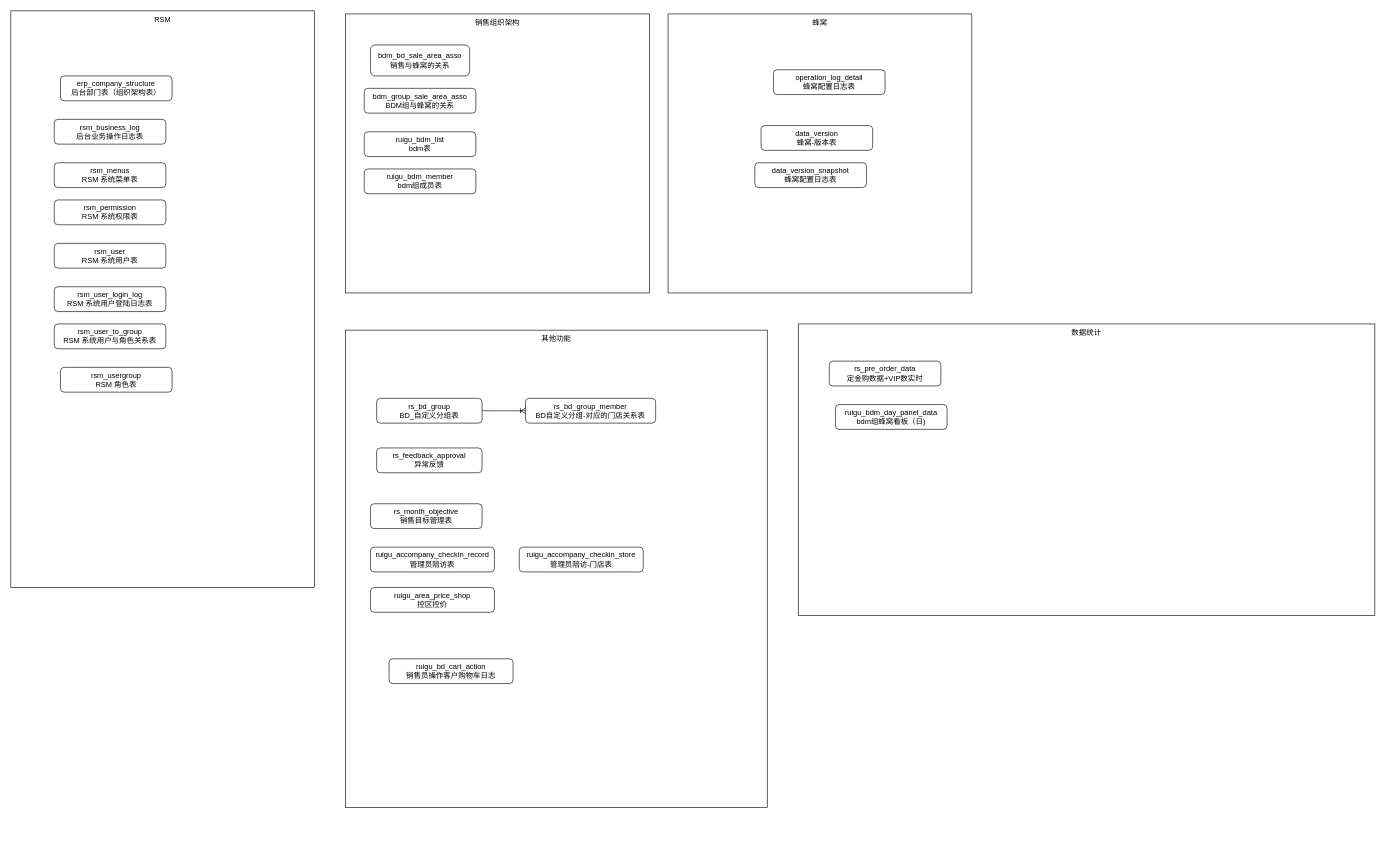
This is RS-ER图.drawio from shixiaoding/draw, a draw.io file, before an edit. Source tidied: cells renumbered, new cells numbered last; positions are measured from the earlier drawing's top-left corner, leaving out a move shared by most shapes. Both pictures are drawn from the tidied source at 62%, with x=0, y=0 at pixel (11, 11).
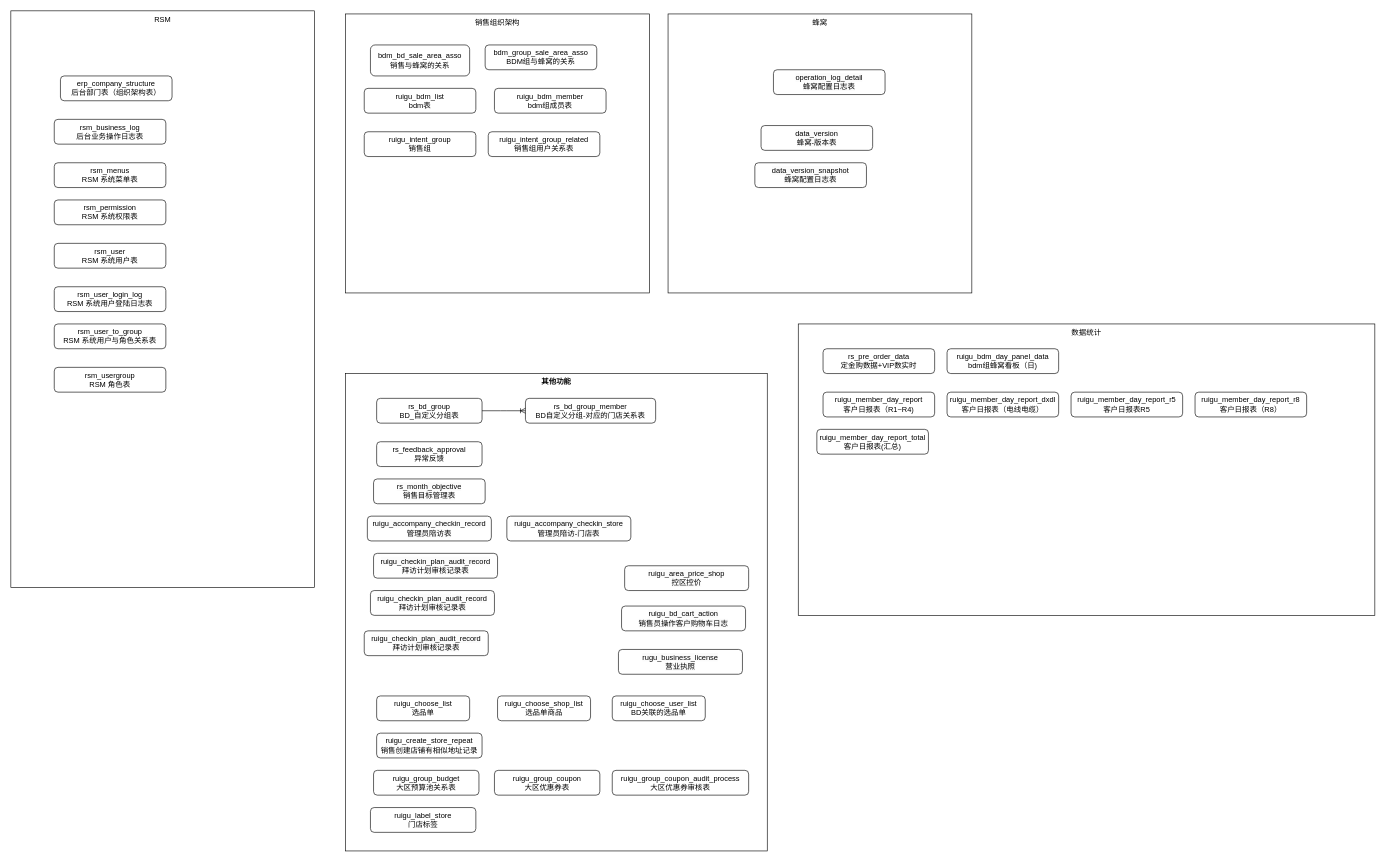
The same page after the edit.

What changed in the source:
```diff
@@
-    <mxCell id="5" value="其他功能" style="rounded=0;whiteSpace=wrap;html=1;verticalAlign=top;" parent="1" vertex="1">
-      <mxGeometry x="540" y="515" width="680" height="770" as="geometry" />
+    <mxCell id="5" value="其他功能" style="rounded=0;whiteSpace=wrap;html=1;verticalAlign=top;fontStyle=1;" parent="1" vertex="1">
+      <mxGeometry x="540" y="585" width="680" height="770" as="geometry" />
     </mxCell>
@@
     <mxCell id="7" value="bdm_group_sale_area_asso&lt;br&gt;BDM组与蜂窝的关系" style="rounded=1;whiteSpace=wrap;html=1;" parent="1" vertex="1">
-      <mxGeometry x="570" y="125" width="180" height="40" as="geometry" />
+      <mxGeometry x="765" y="55" width="180" height="40" as="geometry" />
     </mxCell>
@@
     <mxCell id="14" value="rs_feedback_approval&lt;br&gt;异常反馈" style="rounded=1;whiteSpace=wrap;html=1;" parent="1" vertex="1">
-      <mxGeometry x="590" y="705" width="170" height="40" as="geometry" />
+      <mxGeometry x="590" y="695" width="170" height="40" as="geometry" />
     </mxCell>
@@
     <mxCell id="17" value="&lt;span style=&quot;color: rgb(0, 0, 0); font-family: Helvetica; font-size: 12px; font-style: normal; font-variant-ligatures: normal; font-variant-caps: normal; font-weight: 400; letter-spacing: normal; orphans: 2; text-align: left; text-indent: 0px; text-transform: none; widows: 2; word-spacing: 0px; -webkit-text-stroke-width: 0px; white-space: normal; background-color: rgb(251, 251, 251); text-decoration-thickness: initial; text-decoration-style: initial; text-decoration-color: initial; display: inline !important; float: none;&quot;&gt;rs_month_objective&lt;br&gt;销售目标管理表&lt;/span&gt;" style="rounded=1;whiteSpace=wrap;html=1;" parent="1" vertex="1">
-      <mxGeometry x="580" y="795" width="180" height="40" as="geometry" />
+      <mxGeometry x="585" y="755" width="180" height="40" as="geometry" />
     </mxCell>
     <mxCell id="18" value="rs_pre_order_data&lt;br&gt;定金购数据+VIP数实时" style="rounded=1;whiteSpace=wrap;html=1;" parent="1" vertex="1">
-      <mxGeometry x="1320" y="565" width="180" height="40" as="geometry" />
+      <mxGeometry x="1310" y="545" width="180" height="40" as="geometry" />
     </mxCell>
@@
     <mxCell id="25" value="rsm_usergroup&lt;br&gt;RSM 角色表" style="rounded=1;whiteSpace=wrap;html=1;" parent="1" vertex="1">
-      <mxGeometry x="80" y="575" width="180" height="40" as="geometry" />
+      <mxGeometry x="70" y="575" width="180" height="40" as="geometry" />
     </mxCell>
     <mxCell id="26" value="&lt;span style=&quot;color: rgb(0, 0, 0); font-family: Helvetica; font-size: 12px; font-style: normal; font-variant-ligatures: normal; font-variant-caps: normal; font-weight: 400; letter-spacing: normal; orphans: 2; text-align: left; text-indent: 0px; text-transform: none; widows: 2; word-spacing: 0px; -webkit-text-stroke-width: 0px; white-space: normal; background-color: rgb(251, 251, 251); text-decoration-thickness: initial; text-decoration-style: initial; text-decoration-color: initial; display: inline !important; float: none;&quot;&gt;ruigu_accompany_checkin_record&lt;br&gt;管理员陪访表&lt;/span&gt;" style="rounded=1;whiteSpace=wrap;html=1;" parent="1" vertex="1">
-      <mxGeometry x="580" y="865" width="200" height="40" as="geometry" />
+      <mxGeometry x="575" y="815" width="200" height="40" as="geometry" />
     </mxCell>
     <mxCell id="27" value="&lt;span style=&quot;color: rgb(0, 0, 0); font-family: Helvetica; font-size: 12px; font-style: normal; font-variant-ligatures: normal; font-variant-caps: normal; font-weight: 400; letter-spacing: normal; orphans: 2; text-align: left; text-indent: 0px; text-transform: none; widows: 2; word-spacing: 0px; -webkit-text-stroke-width: 0px; white-space: normal; background-color: rgb(251, 251, 251); text-decoration-thickness: initial; text-decoration-style: initial; text-decoration-color: initial; display: inline !important; float: none;&quot;&gt;ruigu_accompany_checkin_store&lt;br&gt;管理员陪访-门店表&lt;/span&gt;" style="rounded=1;whiteSpace=wrap;html=1;" parent="1" vertex="1">
-      <mxGeometry x="820" y="865" width="200" height="40" as="geometry" />
+      <mxGeometry x="800" y="815" width="200" height="40" as="geometry" />
     </mxCell>
     <mxCell id="28" value="&lt;span style=&quot;color: rgb(0, 0, 0); font-family: Helvetica; font-size: 12px; font-style: normal; font-variant-ligatures: normal; font-variant-caps: normal; font-weight: 400; letter-spacing: normal; orphans: 2; text-align: left; text-indent: 0px; text-transform: none; widows: 2; word-spacing: 0px; -webkit-text-stroke-width: 0px; white-space: normal; background-color: rgb(251, 251, 251); text-decoration-thickness: initial; text-decoration-style: initial; text-decoration-color: initial; display: inline !important; float: none;&quot;&gt;ruigu_area_price_shop&lt;br&gt;控区控价&lt;/span&gt;" style="rounded=1;whiteSpace=wrap;html=1;" parent="1" vertex="1">
-      <mxGeometry x="580" y="930" width="200" height="40" as="geometry" />
+      <mxGeometry x="990" y="895" width="200" height="40" as="geometry" />
     </mxCell>
     <mxCell id="29" value="&lt;span style=&quot;color: rgb(0, 0, 0); font-family: Helvetica; font-size: 12px; font-style: normal; font-variant-ligatures: normal; font-variant-caps: normal; font-weight: 400; letter-spacing: normal; orphans: 2; text-align: left; text-indent: 0px; text-transform: none; widows: 2; word-spacing: 0px; -webkit-text-stroke-width: 0px; white-space: normal; background-color: rgb(251, 251, 251); text-decoration-thickness: initial; text-decoration-style: initial; text-decoration-color: initial; display: inline !important; float: none;&quot;&gt;ruigu_bd_cart_action&lt;br&gt;销售员操作客户购物车日志&lt;/span&gt;" style="rounded=1;whiteSpace=wrap;html=1;" parent="1" vertex="1">
-      <mxGeometry x="610" y="1045" width="200" height="40" as="geometry" />
+      <mxGeometry x="985" y="960" width="200" height="40" as="geometry" />
     </mxCell>
     <mxCell id="30" value="ruigu_bdm_day_panel_data&lt;div&gt;bdm组蜂窝看板（日)&lt;br&gt;&lt;/div&gt;" style="rounded=1;whiteSpace=wrap;html=1;" parent="1" vertex="1">
-      <mxGeometry x="1330" y="635" width="180" height="40" as="geometry" />
+      <mxGeometry x="1510" y="545" width="180" height="40" as="geometry" />
     </mxCell>
     <mxCell id="31" value="ruigu_bdm_list&lt;br&gt;bdm表" style="rounded=1;whiteSpace=wrap;html=1;" parent="1" vertex="1">
-      <mxGeometry x="570" y="195" width="180" height="40" as="geometry" />
+      <mxGeometry x="570" y="125" width="180" height="40" as="geometry" />
     </mxCell>
     <mxCell id="32" value="ruigu_bdm_member&lt;br&gt;bdm组成员表" style="rounded=1;whiteSpace=wrap;html=1;" parent="1" vertex="1">
-      <mxGeometry x="570" y="255" width="180" height="40" as="geometry" />
+      <mxGeometry x="780" y="125" width="180" height="40" as="geometry" />
     </mxCell>
+    <mxCell id="33" value="&lt;span style=&quot;color: rgb(0, 0, 0); font-family: Helvetica; font-size: 12px; font-style: normal; font-variant-ligatures: normal; font-variant-caps: normal; font-weight: 400; letter-spacing: normal; orphans: 2; text-align: left; text-indent: 0px; text-transform: none; widows: 2; word-spacing: 0px; -webkit-text-stroke-width: 0px; white-space: normal; background-color: rgb(251, 251, 251); text-decoration-thickness: initial; text-decoration-style: initial; text-decoration-color: initial; display: inline !important; float: none;&quot;&gt;rugu_business_license&lt;br&gt;营业执照&lt;/span&gt;" style="rounded=1;whiteSpace=wrap;html=1;" parent="1" vertex="1">
+      <mxGeometry x="980" y="1030" width="200" height="40" as="geometry" />
+    </mxCell>
+    <mxCell id="34" value="&lt;span style=&quot;color: rgb(0, 0, 0); font-family: Helvetica; font-size: 12px; font-style: normal; font-variant-ligatures: normal; font-variant-caps: normal; font-weight: 400; letter-spacing: normal; orphans: 2; text-align: left; text-indent: 0px; text-transform: none; widows: 2; word-spacing: 0px; -webkit-text-stroke-width: 0px; white-space: normal; background-color: rgb(251, 251, 251); text-decoration-thickness: initial; text-decoration-style: initial; text-decoration-color: initial; display: inline !important; float: none;&quot;&gt;ruigu_checkin_plan_audit_record&lt;br&gt;拜访计划审核记录表&lt;/span&gt;" style="rounded=1;whiteSpace=wrap;html=1;" parent="1" vertex="1">
+      <mxGeometry x="585" y="875" width="200" height="40" as="geometry" />
+    </mxCell>
+    <mxCell id="35" value="&lt;span style=&quot;color: rgb(0, 0, 0); font-family: Helvetica; font-size: 12px; font-style: normal; font-variant-ligatures: normal; font-variant-caps: normal; font-weight: 400; letter-spacing: normal; orphans: 2; text-align: left; text-indent: 0px; text-transform: none; widows: 2; word-spacing: 0px; -webkit-text-stroke-width: 0px; white-space: normal; background-color: rgb(251, 251, 251); text-decoration-thickness: initial; text-decoration-style: initial; text-decoration-color: initial; display: inline !important; float: none;&quot;&gt;ruigu_checkin_plan_audit_record&lt;br&gt;拜访计划审核记录表&lt;/span&gt;" style="rounded=1;whiteSpace=wrap;html=1;" parent="1" vertex="1">
+      <mxGeometry x="580" y="935" width="200" height="40" as="geometry" />
+    </mxCell>
+    <mxCell id="36" value="&lt;div style=&quot;&quot;&gt;&lt;span style=&quot;background-color: initial;&quot;&gt;ruigu_choose_list&lt;br&gt;选品单&lt;/span&gt;&lt;/div&gt;" style="rounded=1;whiteSpace=wrap;html=1;align=center;" parent="1" vertex="1">
+      <mxGeometry x="590" y="1105" width="150" height="40" as="geometry" />
+    </mxCell>
+    <mxCell id="37" value="&lt;span style=&quot;color: rgb(0, 0, 0); font-family: Helvetica; font-size: 12px; font-style: normal; font-variant-ligatures: normal; font-variant-caps: normal; font-weight: 400; letter-spacing: normal; orphans: 2; text-align: left; text-indent: 0px; text-transform: none; widows: 2; word-spacing: 0px; -webkit-text-stroke-width: 0px; white-space: normal; background-color: rgb(251, 251, 251); text-decoration-thickness: initial; text-decoration-style: initial; text-decoration-color: initial; display: inline !important; float: none;&quot;&gt;ruigu_checkin_plan_audit_record&lt;br&gt;拜访计划审核记录表&lt;/span&gt;" style="rounded=1;whiteSpace=wrap;html=1;" parent="1" vertex="1">
+      <mxGeometry x="570" y="1000" width="200" height="40" as="geometry" />
+    </mxCell>
+    <mxCell id="38" value="&lt;div style=&quot;&quot;&gt;&lt;span style=&quot;background-color: initial;&quot;&gt;ruigu_choose_shop_list&lt;br&gt;选品单商品&lt;br&gt;&lt;/span&gt;&lt;/div&gt;" style="rounded=1;whiteSpace=wrap;html=1;align=center;" parent="1" vertex="1">
+      <mxGeometry x="785" y="1105" width="150" height="40" as="geometry" />
+    </mxCell>
+    <mxCell id="39" value="&lt;div style=&quot;&quot;&gt;&lt;span style=&quot;background-color: initial;&quot;&gt;ruigu_choose_user_list&lt;br&gt;BD关联的选品单&lt;br&gt;&lt;/span&gt;&lt;/div&gt;" style="rounded=1;whiteSpace=wrap;html=1;align=center;" parent="1" vertex="1">
+      <mxGeometry x="970" y="1105" width="150" height="40" as="geometry" />
+    </mxCell>
+    <mxCell id="40" value="&lt;div style=&quot;&quot;&gt;&lt;span style=&quot;background-color: initial;&quot;&gt;ruigu_create_store_repeat&lt;br&gt;销售创建店铺有相似地址记录&lt;br&gt;&lt;/span&gt;&lt;/div&gt;" style="rounded=1;whiteSpace=wrap;html=1;align=center;" parent="1" vertex="1">
+      <mxGeometry x="590" y="1165" width="170" height="40" as="geometry" />
+    </mxCell>
+    <mxCell id="41" value="&lt;div style=&quot;&quot;&gt;&lt;span style=&quot;background-color: initial;&quot;&gt;ruigu_group_budget&lt;br&gt;大区预算池关系表&lt;br&gt;&lt;/span&gt;&lt;/div&gt;" style="rounded=1;whiteSpace=wrap;html=1;align=center;" parent="1" vertex="1">
+      <mxGeometry x="585" y="1225" width="170" height="40" as="geometry" />
+    </mxCell>
+    <mxCell id="42" value="&lt;div style=&quot;&quot;&gt;&lt;span style=&quot;background-color: initial;&quot;&gt;ruigu_group_coupon&lt;br&gt;大区优惠券表&lt;br&gt;&lt;/span&gt;&lt;/div&gt;" style="rounded=1;whiteSpace=wrap;html=1;align=center;" parent="1" vertex="1">
+      <mxGeometry x="780" y="1225" width="170" height="40" as="geometry" />
+    </mxCell>
+    <mxCell id="43" value="&lt;div style=&quot;&quot;&gt;&lt;span style=&quot;background-color: initial;&quot;&gt;ruigu_group_coupon_audit_process&lt;br&gt;大区优惠券审核表&lt;br&gt;&lt;/span&gt;&lt;/div&gt;" style="rounded=1;whiteSpace=wrap;html=1;align=center;" parent="1" vertex="1">
+      <mxGeometry x="970" y="1225" width="220" height="40" as="geometry" />
+    </mxCell>
+    <mxCell id="44" value="ruigu_intent_group&lt;br&gt;销售组" style="rounded=1;whiteSpace=wrap;html=1;" parent="1" vertex="1">
+      <mxGeometry x="570" y="195" width="180" height="40" as="geometry" />
+    </mxCell>
+    <mxCell id="45" value="ruigu_intent_group_related&lt;br&gt;销售组用户关系表" style="rounded=1;whiteSpace=wrap;html=1;" parent="1" vertex="1">
+      <mxGeometry x="770" y="195" width="180" height="40" as="geometry" />
+    </mxCell>
+    <mxCell id="46" value="&lt;div style=&quot;&quot;&gt;&lt;span style=&quot;background-color: initial;&quot;&gt;ruigu_label_store&lt;br&gt;门店标签&lt;br&gt;&lt;/span&gt;&lt;/div&gt;" style="rounded=1;whiteSpace=wrap;html=1;align=center;" parent="1" vertex="1">
+      <mxGeometry x="580" y="1285" width="170" height="40" as="geometry" />
+    </mxCell>
+    <mxCell id="47" value="ruigu_member_day_report&lt;div&gt;客户日报表（R1~R4)&lt;br&gt;&lt;/div&gt;" style="rounded=1;whiteSpace=wrap;html=1;" parent="1" vertex="1">
+      <mxGeometry x="1310" y="615" width="180" height="40" as="geometry" />
+    </mxCell>
+    <mxCell id="48" value="&lt;div&gt;ruigu_member_day_report_r5 &lt;br&gt;客户日报表R5&lt;br&gt;&lt;/div&gt;" style="rounded=1;whiteSpace=wrap;html=1;" parent="1" vertex="1">
+      <mxGeometry x="1710" y="615" width="180" height="40" as="geometry" />
+    </mxCell>
+    <mxCell id="49" value="&lt;div&gt;ruigu_member_day_report_dxdl 客户日报表（电线电缆）&lt;br&gt;&lt;/div&gt;" style="rounded=1;whiteSpace=wrap;html=1;" parent="1" vertex="1">
+      <mxGeometry x="1510" y="615" width="180" height="40" as="geometry" />
+    </mxCell>
+    <mxCell id="50" value="&lt;div&gt;ruigu_member_day_report_r8 &lt;br&gt;客户日报表（R8）&lt;br&gt;&lt;/div&gt;" style="rounded=1;whiteSpace=wrap;html=1;" parent="1" vertex="1">
+      <mxGeometry x="1910" y="615" width="180" height="40" as="geometry" />
+    </mxCell>
+    <mxCell id="51" value="&lt;div&gt;ruigu_member_day_report_total 客户日报表(汇总)&lt;br&gt;&lt;/div&gt;" style="rounded=1;whiteSpace=wrap;html=1;" parent="1" vertex="1">
+      <mxGeometry x="1300" y="675" width="180" height="40" as="geometry" />
+    </mxCell>
```
